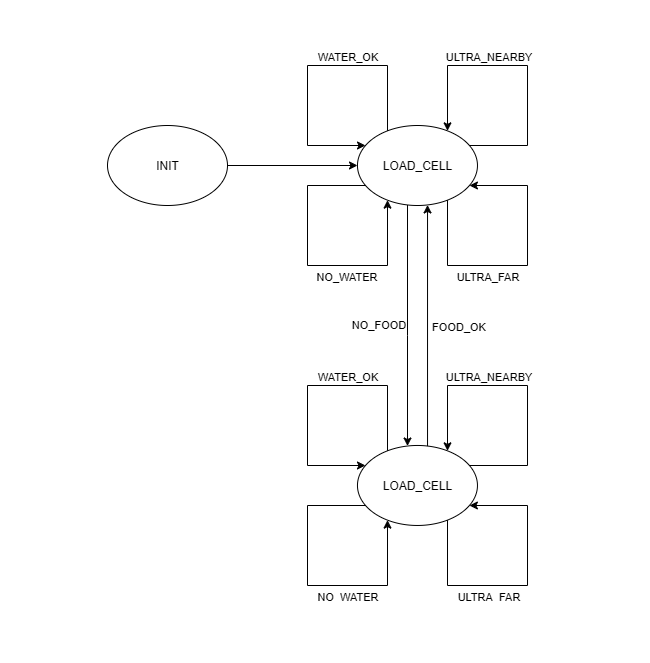
The draw.io diagram Wokwi_Files/SISOP_STATES.png in Centorios/SISOPS_ADV_M4, before a commit. Source tidied: cells renumbered, new cells last; positions are measured from the earlier drawing's top-left corner, leaving out a move shared by most shapes. The source it was exported from:
```xml
<mxGraphModel>
  <root>
    <mxCell id="0" />
    <mxCell id="1" parent="0" />
    <mxCell id="2" style="edgeStyle=orthogonalEdgeStyle;rounded=0;jettySize=auto;html=1;" parent="1" edge="1" source="3">
      <mxGeometry relative="1" as="geometry">
        <mxPoint x="250" y="100" as="targetPoint" />
        <Array as="points">
          <mxPoint x="100" y="100" />
          <mxPoint x="100" y="100" />
        </Array>
      </mxGeometry>
    </mxCell>
    <mxCell id="3" value="INIT" style="ellipse;whiteSpace=wrap;html=1;" parent="1" vertex="1">
      <mxGeometry y="60" width="120" height="80" as="geometry" />
    </mxCell>
    <mxCell id="4" style="edgeStyle=orthogonalEdgeStyle;rounded=0;jettySize=auto;html=1;" parent="1" edge="1" source="8" target="17">
      <mxGeometry relative="1" as="geometry">
        <Array as="points">
          <mxPoint x="300" y="270" />
          <mxPoint x="300" y="270" />
        </Array>
      </mxGeometry>
    </mxCell>
    <mxCell id="5" value="NO_FOOD" style="edgeLabel;html=1;align=center;verticalAlign=middle;" parent="4" vertex="1">
      <mxGeometry x="-0.06" y="-2" relative="1" as="geometry">
        <mxPoint x="-28" y="6" as="offset" />
      </mxGeometry>
    </mxCell>
    <mxCell id="6" style="edgeStyle=orthogonalEdgeStyle;rounded=0;jettySize=auto;html=1;" parent="1" edge="1" target="8">
      <mxGeometry relative="1" as="geometry">
        <mxPoint x="320" y="401.1" as="sourcePoint" />
        <Array as="points">
          <mxPoint x="321" y="401" />
        </Array>
      </mxGeometry>
    </mxCell>
    <mxCell id="7" value="FOOD_OK" style="edgeLabel;html=1;align=center;verticalAlign=middle;" parent="6" vertex="1">
      <mxGeometry x="-0.04" relative="1" as="geometry">
        <mxPoint x="30" y="-16" as="offset" />
      </mxGeometry>
    </mxCell>
    <mxCell id="8" value="LOAD_CELL" style="ellipse;whiteSpace=wrap;html=1;" parent="1" vertex="1">
      <mxGeometry x="250" y="60" width="120" height="80" as="geometry" />
    </mxCell>
    <mxCell id="9" style="edgeStyle=orthogonalEdgeStyle;rounded=0;orthogonalLoop=1;jettySize=auto;html=1;" parent="1" edge="1" source="8" target="8">
      <mxGeometry relative="1" as="geometry">
        <Array as="points">
          <mxPoint x="420" y="80" />
          <mxPoint x="420" />
          <mxPoint x="340" />
        </Array>
      </mxGeometry>
    </mxCell>
    <mxCell id="10" value="ULTRA_NEARBY" style="edgeLabel;html=1;align=center;verticalAlign=middle;" parent="9" vertex="1">
      <mxGeometry x="0.27" y="2" relative="1" as="geometry">
        <mxPoint x="3" y="-12" as="offset" />
      </mxGeometry>
    </mxCell>
    <mxCell id="11" style="edgeStyle=orthogonalEdgeStyle;rounded=0;orthogonalLoop=1;jettySize=auto;html=1;" parent="1" edge="1" source="8" target="8">
      <mxGeometry relative="1" as="geometry">
        <Array as="points">
          <mxPoint x="340" y="200" />
          <mxPoint x="420" y="200" />
          <mxPoint x="420" y="120" />
        </Array>
      </mxGeometry>
    </mxCell>
    <mxCell id="12" value="ULTRA_FAR" style="edgeLabel;html=1;align=center;verticalAlign=middle;" parent="11" vertex="1">
      <mxGeometry x="-0.12" y="-2" relative="1" as="geometry">
        <mxPoint x="-19" y="8" as="offset" />
      </mxGeometry>
    </mxCell>
    <mxCell id="13" style="edgeStyle=orthogonalEdgeStyle;rounded=0;orthogonalLoop=1;jettySize=auto;html=1;" parent="1" edge="1" source="8" target="8">
      <mxGeometry relative="1" as="geometry">
        <Array as="points">
          <mxPoint x="200" y="120" />
          <mxPoint x="200" y="200" />
          <mxPoint x="280" y="200" />
        </Array>
      </mxGeometry>
    </mxCell>
    <mxCell id="14" value="NO_WATER" style="edgeLabel;html=1;align=center;verticalAlign=middle;" parent="13" vertex="1">
      <mxGeometry x="0.18" relative="1" as="geometry">
        <mxPoint x="10" y="10" as="offset" />
      </mxGeometry>
    </mxCell>
    <mxCell id="15" style="edgeStyle=orthogonalEdgeStyle;rounded=0;orthogonalLoop=1;jettySize=auto;html=1;" parent="1" edge="1" source="8" target="8">
      <mxGeometry relative="1" as="geometry">
        <Array as="points">
          <mxPoint x="280" />
          <mxPoint x="200" />
          <mxPoint x="200" y="80" />
        </Array>
      </mxGeometry>
    </mxCell>
    <mxCell id="16" value="WATER_OK" style="edgeLabel;html=1;align=center;verticalAlign=middle;" parent="15" vertex="1">
      <mxGeometry x="-0.22" y="-2" relative="1" as="geometry">
        <mxPoint x="5" y="-8" as="offset" />
      </mxGeometry>
    </mxCell>
    <mxCell id="17" value="LOAD_CELL" style="ellipse;whiteSpace=wrap;html=1;" parent="1" vertex="1">
      <mxGeometry x="250" y="380" width="120" height="80" as="geometry" />
    </mxCell>
    <mxCell id="18" style="edgeStyle=orthogonalEdgeStyle;rounded=0;orthogonalLoop=1;jettySize=auto;html=1;" parent="1" edge="1" source="17" target="17">
      <mxGeometry relative="1" as="geometry">
        <Array as="points">
          <mxPoint x="420" y="400" />
          <mxPoint x="420" y="320" />
          <mxPoint x="340" y="320" />
        </Array>
      </mxGeometry>
    </mxCell>
    <mxCell id="19" value="ULTRA_NEARBY" style="edgeLabel;html=1;align=center;verticalAlign=middle;" parent="18" vertex="1">
      <mxGeometry x="0.29" y="-1" relative="1" as="geometry">
        <mxPoint x="5" y="-9" as="offset" />
      </mxGeometry>
    </mxCell>
    <mxCell id="20" style="edgeStyle=orthogonalEdgeStyle;rounded=0;orthogonalLoop=1;jettySize=auto;html=1;" parent="1" edge="1" source="17" target="17">
      <mxGeometry relative="1" as="geometry">
        <Array as="points">
          <mxPoint x="340" y="520" />
          <mxPoint x="420" y="520" />
          <mxPoint x="420" y="440" />
        </Array>
      </mxGeometry>
    </mxCell>
    <mxCell id="21" value="ULTRA_FAR" style="edgeLabel;html=1;align=center;verticalAlign=middle;" parent="20" vertex="1">
      <mxGeometry x="-0.19" y="-1" relative="1" as="geometry">
        <mxPoint x="-9" y="9" as="offset" />
      </mxGeometry>
    </mxCell>
    <mxCell id="22" style="edgeStyle=orthogonalEdgeStyle;rounded=0;orthogonalLoop=1;jettySize=auto;html=1;" parent="1" edge="1" source="17" target="17">
      <mxGeometry relative="1" as="geometry">
        <Array as="points">
          <mxPoint x="200" y="440" />
          <mxPoint x="200" y="520" />
          <mxPoint x="280" y="520" />
        </Array>
      </mxGeometry>
    </mxCell>
    <mxCell id="23" value="NO_WATER" style="edgeLabel;html=1;align=center;verticalAlign=middle;" parent="22" vertex="1">
      <mxGeometry x="0.13" y="1" relative="1" as="geometry">
        <mxPoint x="18" y="11" as="offset" />
      </mxGeometry>
    </mxCell>
    <mxCell id="24" style="edgeStyle=orthogonalEdgeStyle;rounded=0;orthogonalLoop=1;jettySize=auto;html=1;" parent="1" edge="1" source="17" target="17">
      <mxGeometry relative="1" as="geometry">
        <Array as="points">
          <mxPoint x="280" y="320" />
          <mxPoint x="200" y="320" />
          <mxPoint x="200" y="400" />
        </Array>
      </mxGeometry>
    </mxCell>
    <mxCell id="25" value="WATER_OK" style="edgeLabel;html=1;align=center;verticalAlign=middle;" parent="24" vertex="1">
      <mxGeometry x="-0.06" y="-2" relative="1" as="geometry">
        <mxPoint x="27" y="-8" as="offset" />
      </mxGeometry>
    </mxCell>
  </root>
</mxGraphModel>
```
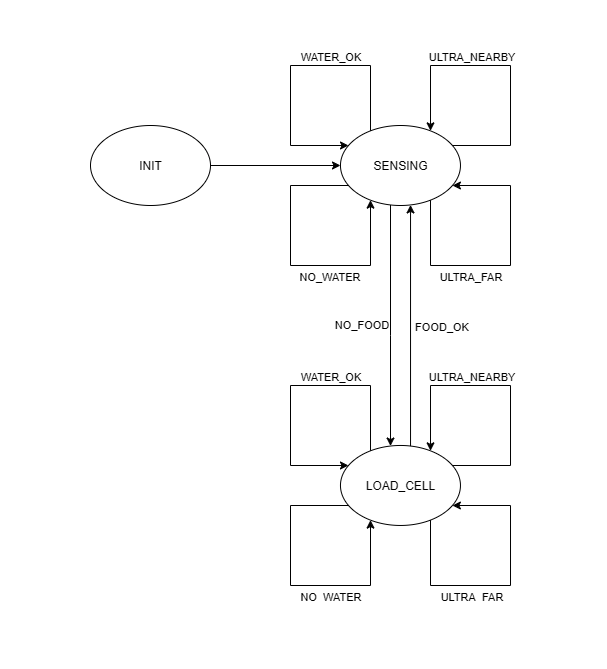
The same diagram one commit later.

Commit message:
Diagrama maquina de estados v2

The edit, as a diff of the source:
```diff
@@ -40,7 +40,7 @@
         <mxPoint x="30" y="-16" as="offset" />
       </mxGeometry>
     </mxCell>
-    <mxCell id="8" value="LOAD_CELL" style="ellipse;whiteSpace=wrap;html=1;" parent="1" vertex="1">
+    <mxCell id="8" value="SENSING" style="ellipse;whiteSpace=wrap;html=1;" parent="1" vertex="1">
       <mxGeometry x="250" y="60" width="120" height="80" as="geometry" />
     </mxCell>
     <mxCell id="9" style="edgeStyle=orthogonalEdgeStyle;rounded=0;orthogonalLoop=1;jettySize=auto;html=1;" parent="1" edge="1" source="8" target="8">
```
